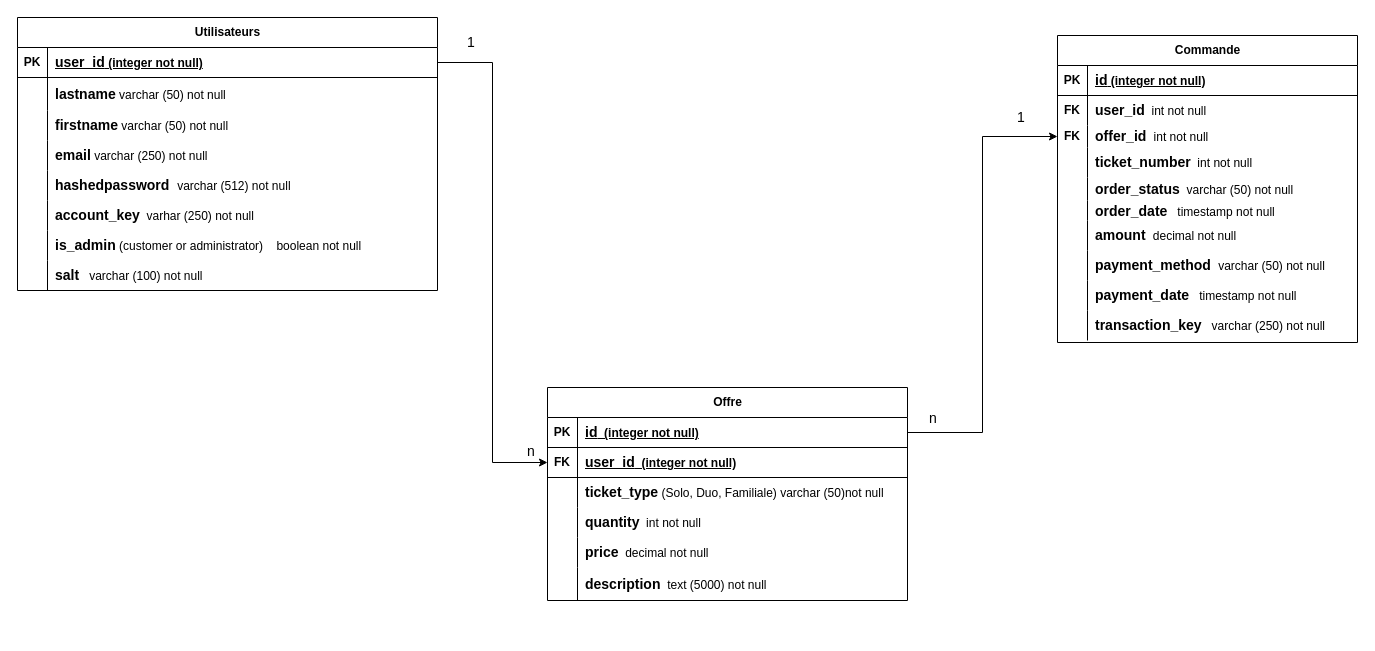
Above: page "MPD" (2 of 2) of Conception BDD/Modèle Données.drawio in SARHIRI83/AppJoDepot (draw.io), before the change. Source tidied: cells renumbered, new cells numbered last; positions are measured from the earlier drawing's top-left corner, leaving out a move shared by most shapes. Both pictures are drawn from the tidied source at 100%, with x=0, y=0 at pixel (17, 17).
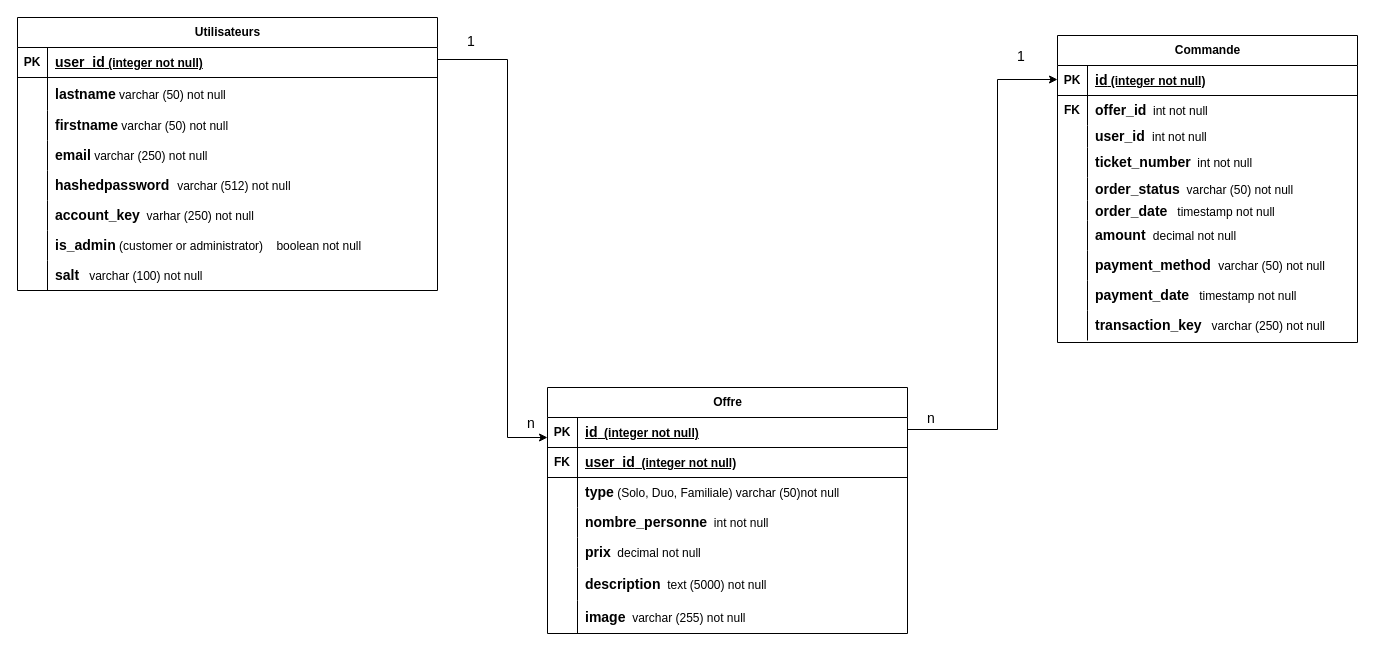
Above is the later version.

The change refers to these unchanged cells:
```xml
<mxCell id="3" style="shape=tableRow;horizontal=0;startSize=0;swimlaneHead=0;swimlaneBody=0;fillColor=none;points=[[0,0.5],[1,0.5]];portConstraint=eastwest;top=0;left=0;right=0;bottom=1;" parent="2" vertex="1">
  <mxGeometry y="30" width="420" height="30" as="geometry" />
</mxCell>
<mxCell id="28" style="shape=tableRow;horizontal=0;startSize=0;swimlaneHead=0;swimlaneBody=0;fillColor=none;points=[[0,0.5],[1,0.5]];portConstraint=eastwest;top=0;left=0;right=0;bottom=1;" parent="27" vertex="1">
  <mxGeometry y="30" width="360" height="30" as="geometry" />
</mxCell>
<mxCell id="31" style="shape=tableRow;horizontal=0;startSize=0;swimlaneHead=0;swimlaneBody=0;fillColor=none;points=[[0,0.5],[1,0.5]];portConstraint=eastwest;top=0;left=0;right=0;bottom=1;" parent="27" vertex="1">
  <mxGeometry y="60" width="360" height="30" as="geometry" />
</mxCell>
<mxCell id="34" style="shape=tableRow;horizontal=0;startSize=0;swimlaneHead=0;swimlaneBody=0;fillColor=none;top=0;left=0;right=0;bottom=0;" parent="27" vertex="1">
  <mxGeometry y="90" width="360" height="30" as="geometry" />
</mxCell>
<mxCell id="37" style="shape=tableRow;horizontal=0;startSize=0;swimlaneHead=0;swimlaneBody=0;fillColor=none;top=0;left=0;right=0;bottom=0;" parent="27" vertex="1">
  <mxGeometry y="120" width="360" height="30" as="geometry" />
</mxCell>
<mxCell id="40" style="shape=tableRow;horizontal=0;startSize=0;swimlaneHead=0;swimlaneBody=0;fillColor=none;top=0;left=0;right=0;bottom=0;" parent="27" vertex="1">
  <mxGeometry y="150" width="360" height="30" as="geometry" />
</mxCell>
<mxCell id="50" style="shape=tableRow;horizontal=0;startSize=0;swimlaneHead=0;swimlaneBody=0;fillColor=none;top=0;left=0;right=0;bottom=0;" parent="46" vertex="1">
  <mxGeometry y="60" width="300" height="30" as="geometry" />
</mxCell>
<mxCell id="53" style="shape=tableRow;horizontal=0;startSize=0;swimlaneHead=0;swimlaneBody=0;fillColor=none;points=[[0,0.5],[1,0.5]];portConstraint=eastwest;top=0;left=0;right=0;bottom=0;" parent="46" vertex="1">
  <mxGeometry y="90" width="300" height="22" as="geometry" />
</mxCell>
```

What changed in the source:
```diff
@@
     <mxCell id="27" value="Offre" style="shape=table;startSize=30;childLayout=tableLayout;rowLines=0;fontStyle=1;align=center;html=1;" parent="1" vertex="1">
-      <mxGeometry x="530" y="370" width="360" height="213" as="geometry" />
+      <mxGeometry x="530" y="370" width="360" height="246" as="geometry" />
     </mxCell>
@@
-    <mxCell id="36" value="&lt;font style=&quot;font-size: 14px;&quot;&gt;&lt;b&gt;ticket_type&lt;/b&gt;&lt;/font&gt; (Solo, Duo, Familiale) varchar (50)not null" style="shape=partialRectangle;fillColor=none;top=0;left=0;bottom=0;right=0;align=left;spacingLeft=6;overflow=hidden;whiteSpace=wrap;html=1;" parent="34" vertex="1">
+    <mxCell id="36" value="&lt;font style=&quot;font-size: 14px;&quot;&gt;&lt;b&gt;type&lt;/b&gt;&lt;/font&gt; (Solo, Duo, Familiale) varchar (50)not null" style="shape=partialRectangle;fillColor=none;top=0;left=0;bottom=0;right=0;align=left;spacingLeft=6;overflow=hidden;whiteSpace=wrap;html=1;" parent="34" vertex="1">
       <mxGeometry x="30" width="330" height="30" as="geometry" />
     </mxCell>
@@
-    <mxCell id="39" value="&lt;span style=&quot;font-size: 14px;&quot;&gt;&lt;b&gt;quantity&lt;/b&gt;&lt;/span&gt;&amp;nbsp; int not null" style="shape=partialRectangle;fillColor=none;top=0;left=0;bottom=0;right=0;align=left;spacingLeft=6;overflow=hidden;whiteSpace=wrap;html=1;" parent="37" vertex="1">
+    <mxCell id="39" value="&lt;span style=&quot;font-size: 14px;&quot;&gt;&lt;b&gt;nombre_personne&lt;/b&gt;&lt;/span&gt;&amp;nbsp; int not null" style="shape=partialRectangle;fillColor=none;top=0;left=0;bottom=0;right=0;align=left;spacingLeft=6;overflow=hidden;whiteSpace=wrap;html=1;" parent="37" vertex="1">
       <mxGeometry x="30" width="330" height="30" as="geometry" />
     </mxCell>
@@
-    <mxCell id="42" value="&lt;font style=&quot;font-size: 14px;&quot;&gt;&lt;b&gt;price&lt;/b&gt;&lt;/font&gt;&amp;nbsp; decimal not null" style="shape=partialRectangle;fillColor=none;top=0;left=0;bottom=0;right=0;align=left;spacingLeft=6;overflow=hidden;whiteSpace=wrap;html=1;" parent="40" vertex="1">
+    <mxCell id="42" value="&lt;font style=&quot;font-size: 14px;&quot;&gt;&lt;b&gt;prix&lt;/b&gt;&lt;/font&gt;&amp;nbsp; decimal not null" style="shape=partialRectangle;fillColor=none;top=0;left=0;bottom=0;right=0;align=left;spacingLeft=6;overflow=hidden;whiteSpace=wrap;html=1;" parent="40" vertex="1">
       <mxGeometry x="30" width="330" height="30" as="geometry" />
     </mxCell>
@@
+    <mxCell id="83" style="shape=tableRow;horizontal=0;startSize=0;swimlaneHead=0;swimlaneBody=0;fillColor=none;top=0;left=0;right=0;bottom=0;" parent="27" vertex="1">
+      <mxGeometry y="213" width="360" height="33" as="geometry" />
+    </mxCell>
+    <mxCell id="84" style="shape=partialRectangle;fillColor=none;top=0;left=0;bottom=0;right=0;overflow=hidden;whiteSpace=wrap;html=1;" parent="83" vertex="1">
+      <mxGeometry width="30" height="33" as="geometry" />
+    </mxCell>
+    <mxCell id="85" value="&lt;span style=&quot;font-size: 14px;&quot;&gt;&lt;b&gt;image&lt;/b&gt;&lt;/span&gt;&amp;nbsp; varchar (255) not null" style="shape=partialRectangle;fillColor=none;top=0;left=0;bottom=0;right=0;align=left;spacingLeft=6;overflow=hidden;whiteSpace=wrap;html=1;" parent="83" vertex="1">
+      <mxGeometry x="30" width="330" height="33" as="geometry" />
+    </mxCell>
@@
-    <mxCell id="52" value="&lt;b&gt;&lt;font style=&quot;font-size: 14px;&quot;&gt;user_id&lt;/font&gt;&lt;/b&gt;&amp;nbsp; int not null" style="shape=partialRectangle;fillColor=none;top=0;left=0;bottom=0;right=0;align=left;spacingLeft=6;overflow=hidden;whiteSpace=wrap;html=1;" parent="50" vertex="1">
+    <mxCell id="52" value="&lt;b&gt;&lt;font style=&quot;font-size: 14px;&quot;&gt;offer_id&lt;/font&gt;&lt;/b&gt;&amp;nbsp; int not null" style="shape=partialRectangle;fillColor=none;top=0;left=0;bottom=0;right=0;align=left;spacingLeft=6;overflow=hidden;whiteSpace=wrap;html=1;" parent="50" vertex="1">
       <mxGeometry x="30" width="270" height="30" as="geometry" />
     </mxCell>
@@
-    <mxCell id="54" value="FK" style="shape=partialRectangle;fillColor=none;top=0;left=0;bottom=0;right=0;overflow=hidden;whiteSpace=wrap;html=1;fontStyle=1;" parent="53" vertex="1">
+    <mxCell id="54" style="shape=partialRectangle;fillColor=none;top=0;left=0;bottom=0;right=0;overflow=hidden;whiteSpace=wrap;html=1;fontStyle=1;" parent="53" vertex="1">
       <mxGeometry width="30" height="22" as="geometry" />
     </mxCell>
-    <mxCell id="55" value="&lt;b&gt;&lt;font style=&quot;font-size: 14px;&quot;&gt;offer_id&amp;nbsp;&lt;/font&gt;&lt;/b&gt; int not null" style="shape=partialRectangle;fillColor=none;top=0;left=0;bottom=0;right=0;align=left;spacingLeft=6;overflow=hidden;whiteSpace=wrap;html=1;" parent="53" vertex="1">
+    <mxCell id="55" value="&lt;b&gt;&lt;font style=&quot;font-size: 14px;&quot;&gt;user_id&amp;nbsp;&lt;/font&gt;&lt;/b&gt; int not null" style="shape=partialRectangle;fillColor=none;top=0;left=0;bottom=0;right=0;align=left;spacingLeft=6;overflow=hidden;whiteSpace=wrap;html=1;" parent="53" vertex="1">
       <mxGeometry x="30" width="270" height="22" as="geometry" />
     </mxCell>
@@
-    <mxCell id="77" style="edgeStyle=orthogonalEdgeStyle;rounded=0;jettySize=auto;html=1;fontSize=12;entryX=0;entryY=0.5;entryDx=0;entryDy=0;" parent="1" edge="1" source="3" target="31">
-      <mxGeometry relative="1" as="geometry" />
+    <mxCell id="77" style="edgeStyle=orthogonalEdgeStyle;rounded=0;jettySize=auto;html=1;fontSize=12;entryX=0;entryY=0.5;entryDx=0;entryDy=0;exitX=1;exitY=0.5;exitDx=0;exitDy=0;" parent="1" edge="1" source="3">
+      <mxGeometry relative="1" as="geometry">
+        <mxPoint x="530" y="420" as="targetPoint" />
+        <Array as="points">
+          <mxPoint x="420" y="42" />
+          <mxPoint x="490" y="42" />
+          <mxPoint x="490" y="420" />
+        </Array>
+      </mxGeometry>
     </mxCell>
     <mxCell id="78" value="&lt;font style=&quot;font-size: 14px;&quot;&gt;n&lt;/font&gt;" style="text;html=1;strokeColor=none;fillColor=none;align=center;verticalAlign=middle;whiteSpace=wrap;rounded=0;fontSize=12;" parent="1" vertex="1">
-      <mxGeometry x="484" y="419" width="60" height="30" as="geometry" />
+      <mxGeometry x="484" y="391" width="60" height="30" as="geometry" />
     </mxCell>
     <mxCell id="79" value="&lt;font style=&quot;font-size: 14px;&quot;&gt;1&lt;/font&gt;" style="text;html=1;strokeColor=none;fillColor=none;align=center;verticalAlign=middle;whiteSpace=wrap;rounded=0;fontSize=12;" parent="1" vertex="1">
-      <mxGeometry x="424" y="10" width="60" height="30" as="geometry" />
+      <mxGeometry x="424" y="9" width="60" height="30" as="geometry" />
     </mxCell>
-    <mxCell id="80" style="edgeStyle=orthogonalEdgeStyle;rounded=0;jettySize=auto;html=1;fontSize=12;" parent="1" edge="1" source="28" target="53">
-      <mxGeometry relative="1" as="geometry" />
+    <mxCell id="80" style="edgeStyle=orthogonalEdgeStyle;rounded=0;orthogonalLoop=1;jettySize=auto;html=1;fontSize=12;" parent="1" edge="1">
+      <mxGeometry relative="1" as="geometry">
+        <mxPoint x="890" y="412" as="sourcePoint" />
+        <mxPoint x="1040" y="62" as="targetPoint" />
+        <Array as="points">
+          <mxPoint x="890" y="416" />
+          <mxPoint x="890" y="412" />
+          <mxPoint x="980" y="412" />
+          <mxPoint x="980" y="62" />
+        </Array>
+      </mxGeometry>
     </mxCell>
     <mxCell id="81" value="&lt;font style=&quot;font-size: 14px;&quot;&gt;n&lt;/font&gt;" style="text;html=1;strokeColor=none;fillColor=none;align=center;verticalAlign=middle;whiteSpace=wrap;rounded=0;fontSize=12;" parent="1" vertex="1">
-      <mxGeometry x="886" y="386" width="60" height="30" as="geometry" />
+      <mxGeometry x="884" y="386" width="60" height="30" as="geometry" />
     </mxCell>
     <mxCell id="82" value="&lt;font style=&quot;font-size: 14px;&quot;&gt;1&lt;/font&gt;" style="text;html=1;strokeColor=none;fillColor=none;align=center;verticalAlign=middle;whiteSpace=wrap;rounded=0;fontSize=12;" parent="1" vertex="1">
-      <mxGeometry x="974" y="85" width="60" height="30" as="geometry" />
+      <mxGeometry x="974" y="24" width="60" height="30" as="geometry" />
     </mxCell>
```
